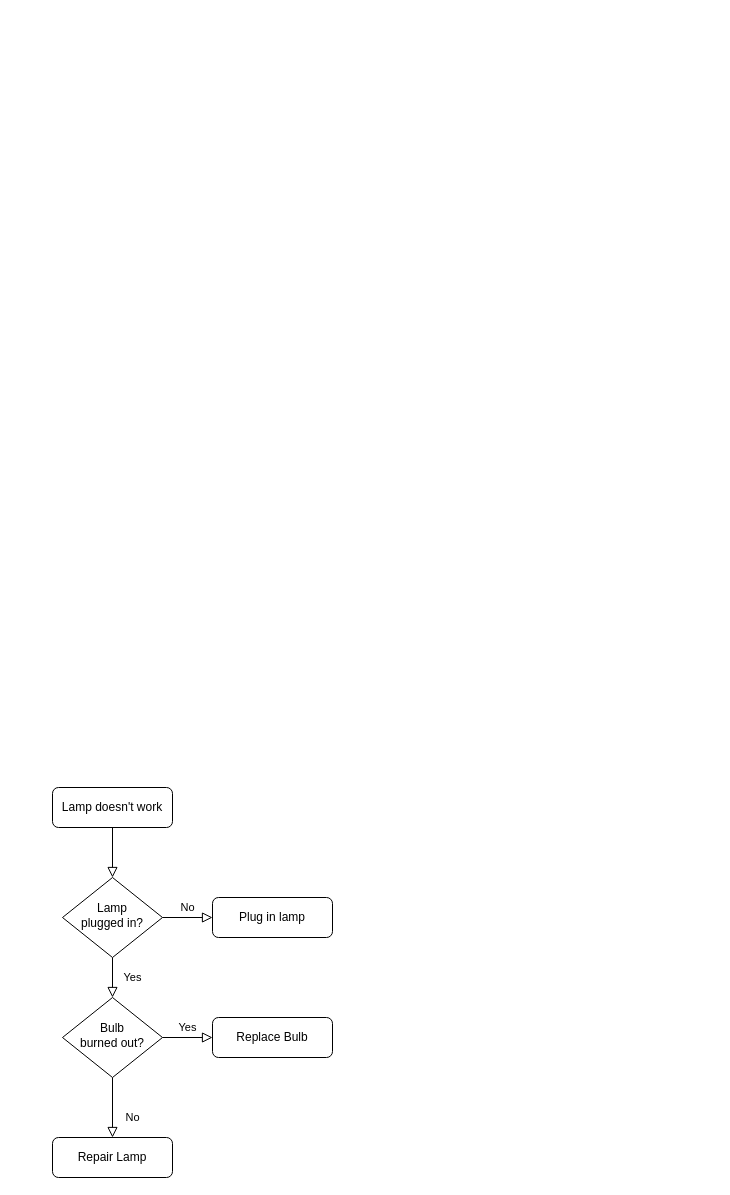
Earlier version of the draw.io diagram Diagrama sin título.drawio (fernandoUVa/draw.io). Source tidied: cells renumbered, new cells numbered last; positions are measured from the earlier drawing's top-left corner, leaving out a move shared by most shapes. Both pictures are drawn from the tidied source at 100%, with x=0, y=0 at pixel (52, 787).
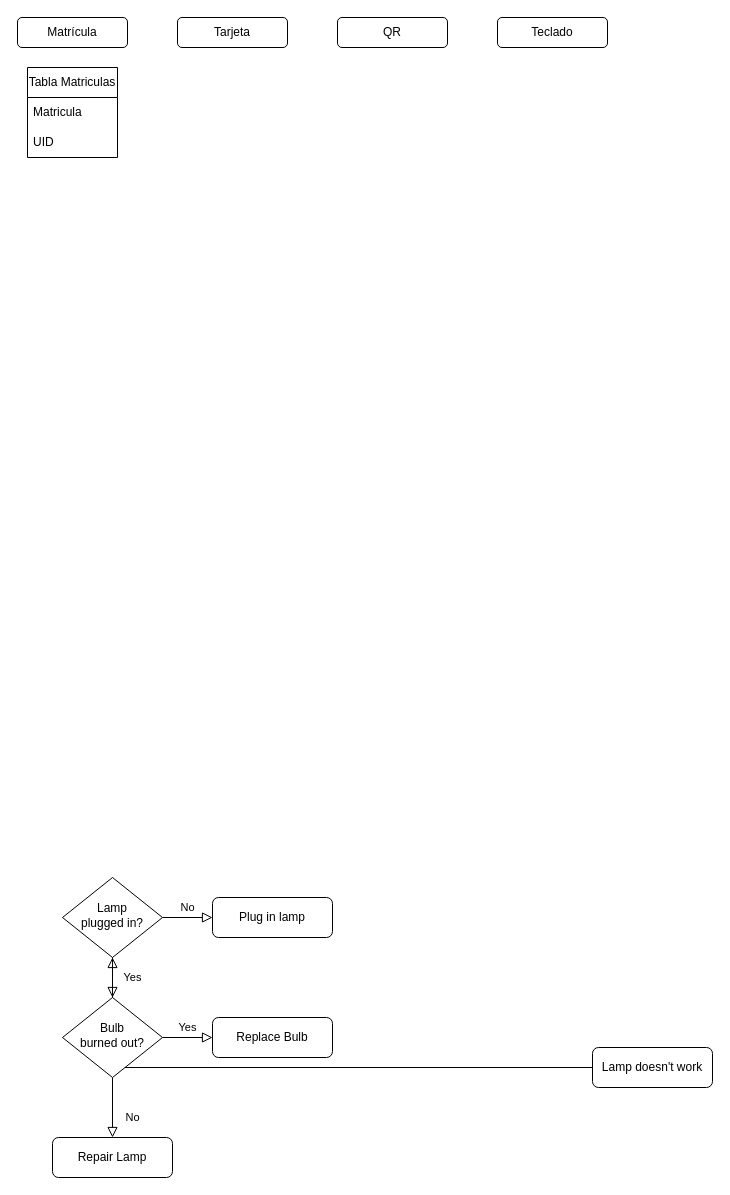
After the change.

Diff of the diagram source:
```diff
@@
 <mxGraphModel>
   <root>
     <mxCell id="0" />
     <mxCell id="1" parent="0" />
     <mxCell id="2" style="rounded=0;html=1;jettySize=auto;fontSize=11;endArrow=block;endFill=0;endSize=8;strokeWidth=1;shadow=0;labelBackgroundColor=none;edgeStyle=orthogonalEdgeStyle;" parent="1" edge="1" source="3" target="6">
       <mxGeometry relative="1" as="geometry" />
     </mxCell>
     <mxCell id="3" value="Lamp doesn't work" style="rounded=1;whiteSpace=wrap;html=1;fontSize=12;glass=0;strokeWidth=1;shadow=0;" parent="1" vertex="1">
-      <mxGeometry width="120" height="40" as="geometry" />
+      <mxGeometry x="540" y="260" width="120" height="40" as="geometry" />
     </mxCell>
     <mxCell id="4" value="Yes" style="rounded=0;html=1;jettySize=auto;fontSize=11;endArrow=block;endFill=0;endSize=8;strokeWidth=1;shadow=0;labelBackgroundColor=none;edgeStyle=orthogonalEdgeStyle;" parent="1" edge="1" source="6" target="10">
       <mxGeometry y="20" relative="1" as="geometry" />
     </mxCell>
     <mxCell id="5" value="No" style="edgeStyle=orthogonalEdgeStyle;rounded=0;html=1;jettySize=auto;fontSize=11;endArrow=block;endFill=0;endSize=8;strokeWidth=1;shadow=0;labelBackgroundColor=none;" parent="1" edge="1" source="6" target="7">
       <mxGeometry y="10" relative="1" as="geometry" />
     </mxCell>
     <mxCell id="6" value="Lamp&lt;br&gt;plugged in?" style="rhombus;whiteSpace=wrap;html=1;shadow=0;fontFamily=Helvetica;fontSize=12;align=center;strokeWidth=1;spacing=6;spacingTop=-4;" parent="1" vertex="1">
       <mxGeometry x="10" y="90" width="100" height="80" as="geometry" />
     </mxCell>
     <mxCell id="7" value="Plug in lamp" style="rounded=1;whiteSpace=wrap;html=1;fontSize=12;glass=0;strokeWidth=1;shadow=0;" parent="1" vertex="1">
       <mxGeometry x="160" y="110" width="120" height="40" as="geometry" />
     </mxCell>
     <mxCell id="8" value="No" style="rounded=0;html=1;jettySize=auto;fontSize=11;endArrow=block;endFill=0;endSize=8;strokeWidth=1;shadow=0;labelBackgroundColor=none;edgeStyle=orthogonalEdgeStyle;" parent="1" edge="1" source="10" target="11">
       <mxGeometry x="0.33" y="20" relative="1" as="geometry" />
     </mxCell>
     <mxCell id="9" value="Yes" style="edgeStyle=orthogonalEdgeStyle;rounded=0;html=1;jettySize=auto;fontSize=11;endArrow=block;endFill=0;endSize=8;strokeWidth=1;shadow=0;labelBackgroundColor=none;" parent="1" edge="1" source="10" target="12">
       <mxGeometry y="10" relative="1" as="geometry" />
     </mxCell>
     <mxCell id="10" value="Bulb&lt;br&gt;burned out?" style="rhombus;whiteSpace=wrap;html=1;shadow=0;fontFamily=Helvetica;fontSize=12;align=center;strokeWidth=1;spacing=6;spacingTop=-4;" parent="1" vertex="1">
       <mxGeometry x="10" y="210" width="100" height="80" as="geometry" />
     </mxCell>
     <mxCell id="11" value="Repair Lamp" style="rounded=1;whiteSpace=wrap;html=1;fontSize=12;glass=0;strokeWidth=1;shadow=0;" parent="1" vertex="1">
       <mxGeometry y="350" width="120" height="40" as="geometry" />
     </mxCell>
     <mxCell id="12" value="Replace Bulb" style="rounded=1;whiteSpace=wrap;html=1;fontSize=12;glass=0;strokeWidth=1;shadow=0;" parent="1" vertex="1">
       <mxGeometry x="160" y="230" width="120" height="40" as="geometry" />
     </mxCell>
+    <mxCell id="13" value="Matrícula" style="rounded=1;whiteSpace=wrap;html=1;" parent="1" vertex="1">
+      <mxGeometry x="-35" y="-770" width="110" height="30" as="geometry" />
+    </mxCell>
+    <mxCell id="14" value="QR" style="rounded=1;whiteSpace=wrap;html=1;" parent="1" vertex="1">
+      <mxGeometry x="285" y="-770" width="110" height="30" as="geometry" />
+    </mxCell>
+    <mxCell id="15" value="Tarjeta" style="rounded=1;whiteSpace=wrap;html=1;" parent="1" vertex="1">
+      <mxGeometry x="125" y="-770" width="110" height="30" as="geometry" />
+    </mxCell>
+    <mxCell id="16" value="Teclado" style="rounded=1;whiteSpace=wrap;html=1;" parent="1" vertex="1">
+      <mxGeometry x="445" y="-770" width="110" height="30" as="geometry" />
+    </mxCell>
+    <mxCell id="17" value="Tabla Matriculas" style="swimlane;fontStyle=0;horizontal=1;startSize=30;whiteSpace=wrap;html=1;" parent="1" vertex="1">
+      <mxGeometry x="-25" y="-720" width="90" height="90" as="geometry" />
+    </mxCell>
+    <mxCell id="18" value="Matricula" style="text;strokeColor=none;fillColor=none;align=left;verticalAlign=middle;spacingLeft=4;spacingRight=4;overflow=hidden;whiteSpace=wrap;html=1;" parent="17" vertex="1">
+      <mxGeometry y="30" width="90" height="30" as="geometry" />
+    </mxCell>
+    <mxCell id="19" value="UID" style="text;strokeColor=none;fillColor=none;align=left;verticalAlign=middle;spacingLeft=4;spacingRight=4;overflow=hidden;whiteSpace=wrap;html=1;" parent="17" vertex="1">
+      <mxGeometry y="60" width="90" height="30" as="geometry" />
+    </mxCell>
   </root>
 </mxGraphModel>
```
